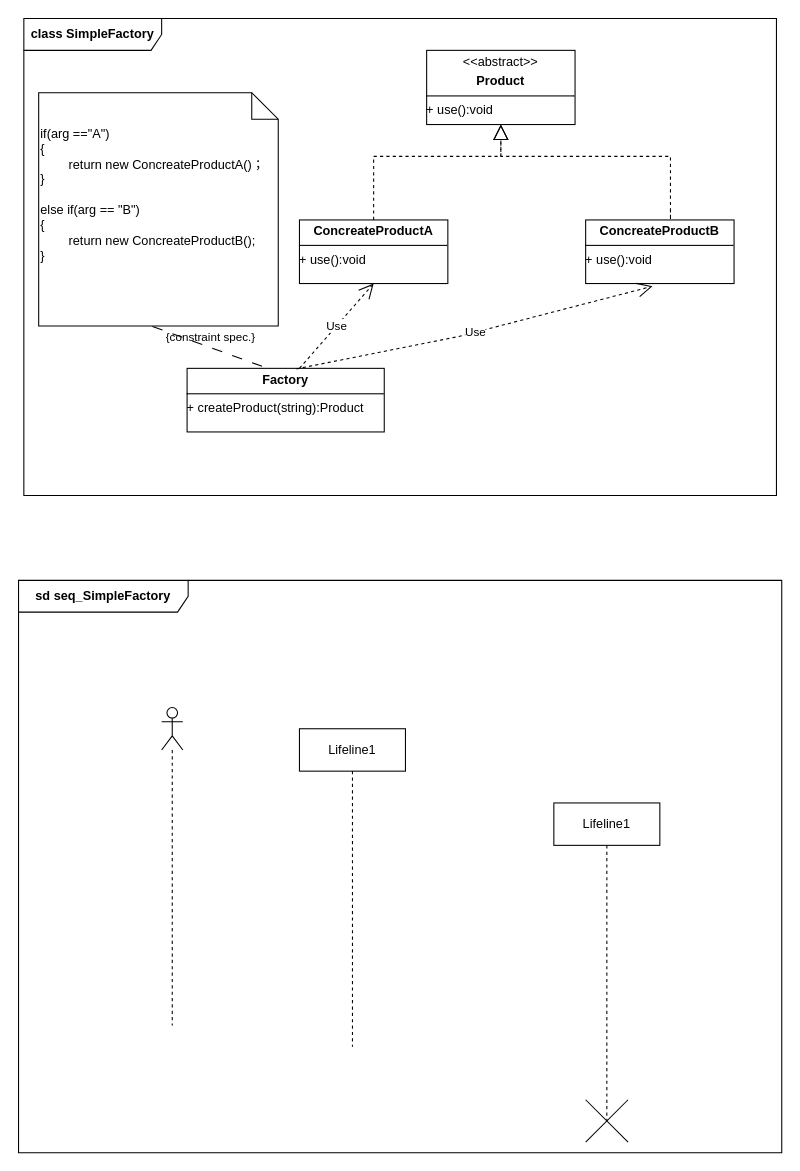
Earlier version of the draw.io diagram page "第 2 页 简单工程模式" (2 of 2) of 未命名绘图.drawio (Dunfora/HelloWorld). Source tidied: cells renumbered, new cells numbered last; positions are measured from the earlier drawing's top-left corner, leaving out a move shared by most shapes. Both pictures are drawn from the tidied source at 106%, with x=0, y=0 at pixel (18, 18).
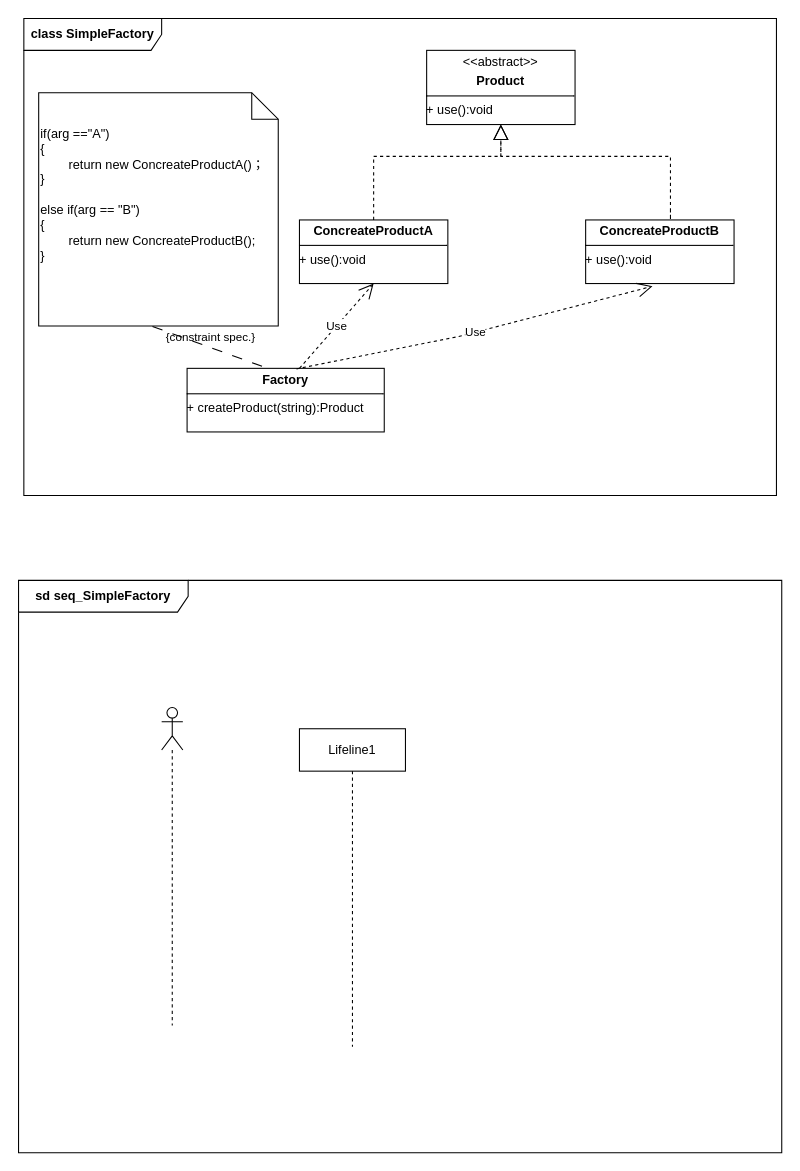
The same page after the edit.

Unchanged cells that the change refers to:
```xml
<mxCell id="13" value="&lt;b&gt;sd seq_SimpleFactory&lt;/b&gt;" style="shape=umlFrame;whiteSpace=wrap;html=1;width=160;" parent="1" vertex="1">
  <mxGeometry y="530" width="720" height="540" as="geometry" />
</mxCell>
```

What changed in the source:
```diff
@@
-    <mxCell id="15" value="Lifeline1" style="shape=umlLifeline;perimeter=lifelinePerimeter;whiteSpace=wrap;html=1;newEdgeStyle={&quot;edgeStyle&quot;:&quot;elbowEdgeStyle&quot;,&quot;elbow&quot;:&quot;vertical&quot;,&quot;curved&quot;:0,&quot;rounded&quot;:0};" parent="13" vertex="1">
-      <mxGeometry x="505" y="210" width="100" height="300" as="geometry" />
-    </mxCell>
-    <mxCell id="16" style="shape=umlDestroy;dashed=0;targetShapes=umlLifeline;" parent="15" vertex="1">
-      <mxGeometry x="30" y="280" width="40" height="40" as="geometry" />
-    </mxCell>
```
